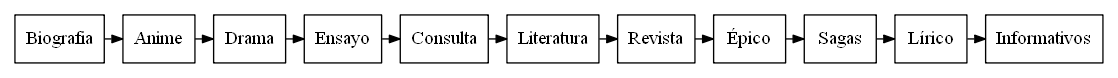
Earlier version of the Graphviz export Graphics/PosOrder.png (Guillermo-O-C/EDD_1S20200_PY2_201801366). Its source is kept beside it as TextFiles/PosOrder.dot.
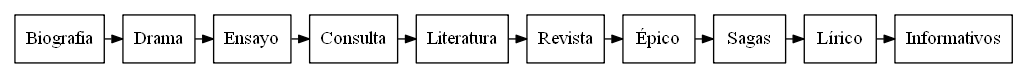
The same file after the commit.

The edit, as a diff of the source:
```diff
@@ -4,5 +4,5 @@
  margin=0.1;
    node [shape=box];
   edge [arrowsize=0.8]
-"Biografia"->"Anime"->"Drama"->"Ensayo"->"Consulta"->"Literatura"->"Revista"->"Épico"->"Sagas"->"Lírico"->"Informativos";
+"Biografia"->"Drama"->"Ensayo"->"Consulta"->"Literatura"->"Revista"->"Épico"->"Sagas"->"Lírico"->"Informativos";
 }
```
